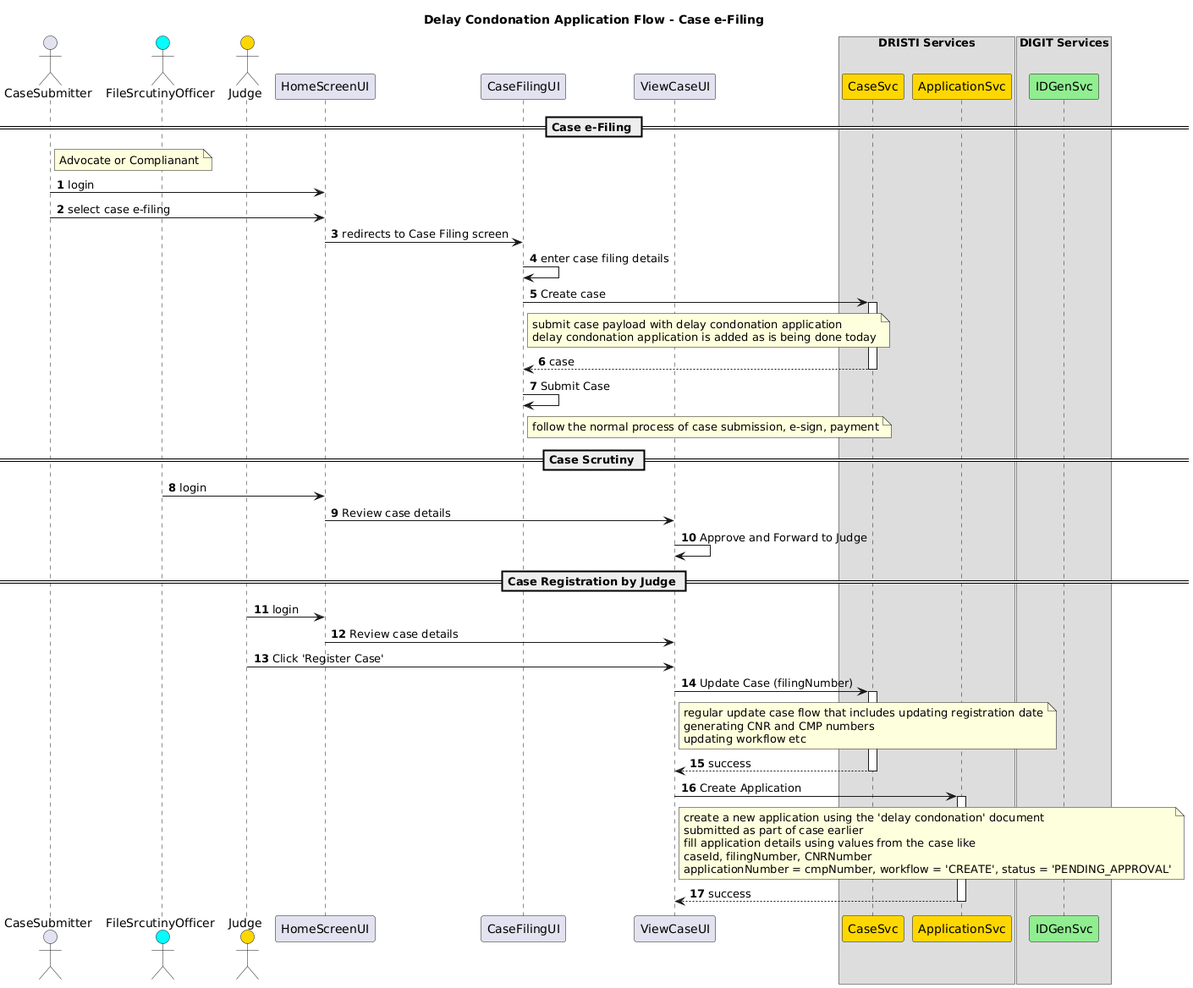
The PlantUML diagram docs/UI_Sequence_Diagrams/Case Flows/Diagrams/DelayCondonationApplication.png in pucardotorg/dristi, before a commit.
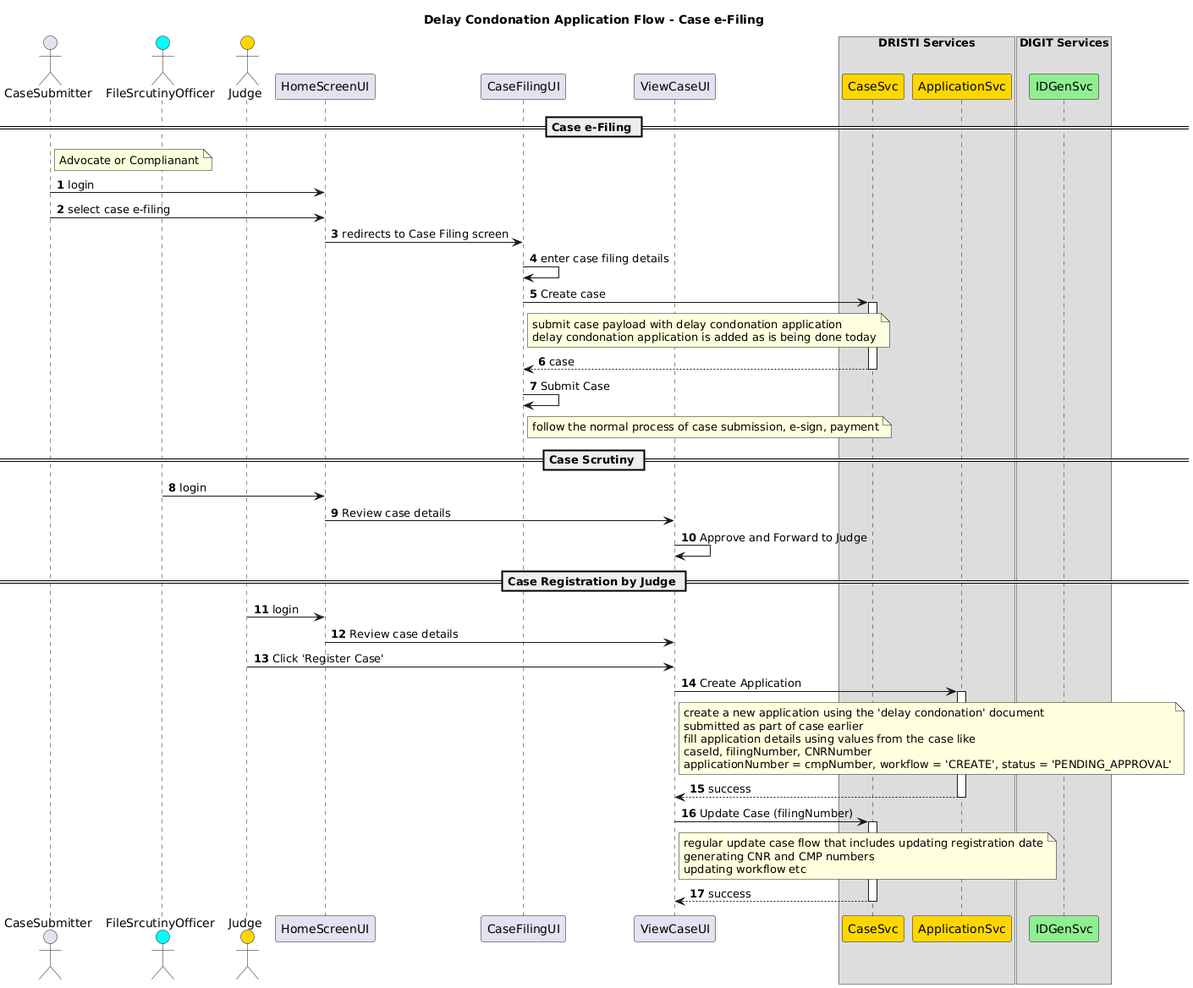
Later version of the same file.

Commit message:
updated delay condonation sequence diagrams

The edit, as a diff of the source:
```diff
@@ -48,13 +48,6 @@
 J->HU: login
 HU->VU: Review case details
 J->VU: Click 'Register Case'
-VU->CS++: Update Case (filingNumber)
-note right of VU
-    regular update case flow that includes updating registration date
-    generating CNR and CMP numbers
-    updating workflow etc
-end note
-return success
 
 VU->AS++: Create Application
 note right of VU
@@ -65,4 +58,12 @@
      applicationNumber = cmpNumber, workflow = 'CREATE', status = 'PENDING_APPROVAL'
 end note
 return success
+
+VU->CS++: Update Case (filingNumber)
+note right of VU
+    regular update case flow that includes updating registration date
+    generating CNR and CMP numbers
+    updating workflow etc
+end note
+return success
 @enduml
```
